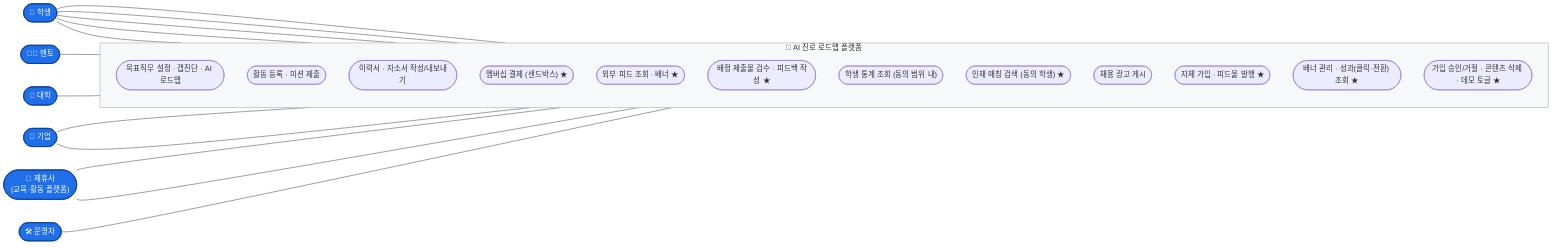
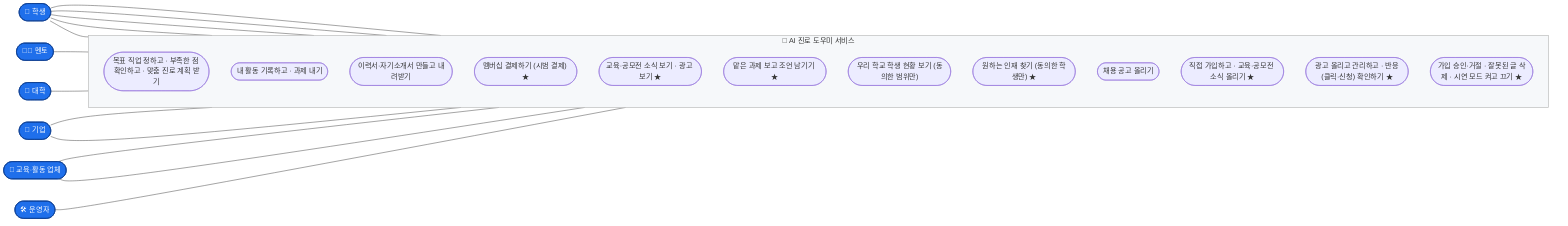
- %% 유스케이스 — 사용자(actor) ↔ 기능(use case) 관계 강조
- %% 좌측 actor, 우측 시스템 경계 내 기능. 선(---) = 이용 관계. ★ = 005 신규
+ %% 누가(왼쪽) 무엇을(오른쪽) 하는지 — 쉬운 말 버전. ★ = 새로 추가된 기능
flowchart LR
  학생(["👤 학생"]):::actor
  멘토(["🧑‍🏫 멘토"]):::actor
  대학(["🏫 대학"]):::actor
  기업(["🏢 기업"]):::actor
-   제휴사(["🤝 제휴사<br/>(교육·활동 플랫폼)"]):::actor
+   제휴사(["🤝 교육·활동 업체"]):::actor
  운영자(["🛠️ 운영자"]):::actor

-   subgraph SYS["🎯 AI 진로 로드맵 플랫폼"]
+   subgraph SYS["🎯 AI 진로 도우미 서비스"]
    direction TB
-     U1(["목표직무 설정 · 갭진단 · AI 로드맵"])
-     U2(["활동 등록 · 미션 제출"])
-     U3(["이력서 · 자소서 작성/내보내기"])
-     U4(["멤버십 결제 (샌드박스) ★"])
-     U5(["외부 피드 조회 · 배너 ★"])
-     M1(["배정 제출물 검수 · 피드백 작성 ★"])
-     G1(["학생 통계 조회 (동의 범위 내)"])
-     E1(["인재 매칭 검색 (동의 학생) ★"])
-     E2(["채용 광고 게시"])
-     P1(["자체 가입 · 피드물 발행 ★"])
-     P2(["배너 관리 · 성과(클릭·전환) 조회 ★"])
-     A1(["가입 승인/거절 · 콘텐츠 삭제 · 데모 토글 ★"])
+     U1(["목표 직업 정하고 · 부족한 점 확인하고 · 맞춤 진로 계획 받기"])
+     U2(["내 활동 기록하고 · 과제 내기"])
+     U3(["이력서·자기소개서 만들고 내려받기"])
+     U4(["멤버십 결제하기 (시범 결제) ★"])
+     U5(["교육·공모전 소식 보기 · 광고 보기 ★"])
+     M1(["맡은 과제 보고 조언 남기기 ★"])
+     G1(["우리 학교 학생 현황 보기 (동의한 범위만)"])
+     E1(["원하는 인재 찾기 (동의한 학생만) ★"])
+     E2(["채용 공고 올리기"])
+     P1(["직접 가입하고 · 교육·공모전 소식 올리기 ★"])
+     P2(["광고 올리고 관리하고 · 반응(클릭·신청) 확인하기 ★"])
+     A1(["가입 승인·거절 · 잘못된 글 삭제 · 시연 모드 켜고 끄기 ★"])
  end

  학생 --- U1
  학생 --- U2
  학생 --- U3
  학생 --- U4
  학생 --- U5
  멘토 --- M1
  대학 --- G1
  기업 --- E1
  기업 --- E2
  제휴사 --- P1
  제휴사 --- P2
  운영자 --- A1

  classDef actor fill:#1f6feb,color:#fff,stroke:#0b3d91,stroke-width:1.5px;
  style SYS fill:#f6f8fa,stroke:#bbb,stroke-width:1.5px;
